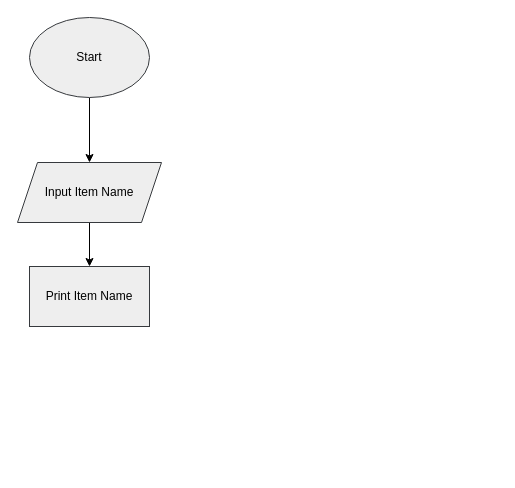
radiffavikry/radiffa_vikry-shopping_cart-fe3000458 keeps this draw.io diagram as flowchart.drawio. Above is the earlier version. Source tidied: cells renumbered, new cells numbered last; positions are measured from the earlier drawing's top-left corner, leaving out a move shared by most shapes. Both pictures are drawn from the tidied source at 100%, with x=0, y=0 at pixel (17, 17).
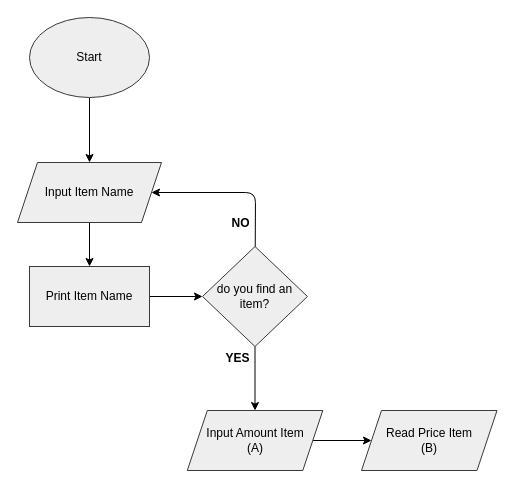
The same diagram, later.

Commit message:
feat:input condition true or flase

Change to the diagram source:
```diff
@@
 <mxGraphModel background="#ffffff">
   <root>
     <mxCell id="0" />
     <mxCell id="1" parent="0" />
-    <mxCell id="2" style="edgeStyle=none;html=1;entryX=0.5;entryY=0;entryDx=0;entryDy=0;fontColor=#000000;strokeColor=#000000;" parent="1" edge="1" source="3" target="5">
-      <mxGeometry relative="1" as="geometry" />
-    </mxCell>
+    <mxCell id="6" style="edgeStyle=none;html=1;entryX=0.5;entryY=0;entryDx=0;entryDy=0;fontColor=#000000;strokeColor=#000000;" parent="1" edge="1" source="3" target="5">
+      <mxGeometry relative="1" as="geometry" />
+    </mxCell>
     <mxCell id="3" value="&lt;font color=&quot;#000000&quot;&gt;Start&lt;/font&gt;" style="ellipse;whiteSpace=wrap;html=1;fillColor=#eeeeee;strokeColor=#36393d;" parent="1" vertex="1">
       <mxGeometry x="12" width="120" height="80" as="geometry" />
     </mxCell>
-    <mxCell id="4" style="edgeStyle=none;html=1;entryX=0.5;entryY=0;entryDx=0;entryDy=0;fontColor=#000000;strokeColor=#000000;" parent="1" edge="1" source="5" target="6">
-      <mxGeometry relative="1" as="geometry" />
-    </mxCell>
+    <mxCell id="7" style="edgeStyle=none;html=1;entryX=0.5;entryY=0;entryDx=0;entryDy=0;fontColor=#000000;strokeColor=#000000;" parent="1" edge="1" source="5" target="9">
+      <mxGeometry relative="1" as="geometry" />
+    </mxCell>
     <mxCell id="5" value="&lt;font color=&quot;#000000&quot;&gt;Input Item Name&lt;/font&gt;" style="shape=parallelogram;perimeter=parallelogramPerimeter;whiteSpace=wrap;html=1;fixedSize=1;fillColor=#eeeeee;strokeColor=#36393d;" parent="1" vertex="1">
       <mxGeometry y="145" width="144" height="60" as="geometry" />
     </mxCell>
-    <mxCell id="6" value="&lt;font color=&quot;#000000&quot;&gt;Print Item Name&lt;br&gt;&lt;/font&gt;" style="rounded=0;whiteSpace=wrap;html=1;fillColor=#eeeeee;strokeColor=#36393d;" parent="1" vertex="1">
-      <mxGeometry x="12" y="249" width="120" height="60" as="geometry" />
-    </mxCell>
+    <mxCell id="8" style="edgeStyle=none;html=1;entryX=0;entryY=0.5;entryDx=0;entryDy=0;fontColor=#000000;strokeColor=#000000;" parent="1" edge="1" source="9" target="12">
+      <mxGeometry relative="1" as="geometry" />
+    </mxCell>
+    <mxCell id="9" value="&lt;font color=&quot;#000000&quot;&gt;Print Item Name&lt;br&gt;&lt;/font&gt;" style="rounded=0;whiteSpace=wrap;html=1;fillColor=#eeeeee;strokeColor=#36393d;" parent="1" vertex="1">
+      <mxGeometry x="12" y="249" width="120" height="60" as="geometry" />
+    </mxCell>
+    <mxCell id="10" style="edgeStyle=none;html=1;fontColor=#000000;strokeColor=#000000;" parent="1" edge="1" source="12">
+      <mxGeometry relative="1" as="geometry">
+        <mxPoint x="237.5" y="393" as="targetPoint" />
+      </mxGeometry>
+    </mxCell>
+    <mxCell id="11" style="edgeStyle=none;html=1;entryX=1;entryY=0.5;entryDx=0;entryDy=0;fontColor=#000000;strokeColor=#000000;" parent="1" edge="1" source="12" target="5">
+      <mxGeometry relative="1" as="geometry">
+        <Array as="points">
+          <mxPoint x="238" y="175" />
+        </Array>
+      </mxGeometry>
+    </mxCell>
+    <mxCell id="12" value="&lt;font color=&quot;#000000&quot;&gt;do you find an item?&lt;/font&gt;" style="rhombus;whiteSpace=wrap;html=1;fillColor=#eeeeee;strokeColor=#36393d;" parent="1" vertex="1">
+      <mxGeometry x="185" y="229" width="105" height="100" as="geometry" />
+    </mxCell>
+    <mxCell id="13" style="edgeStyle=none;html=1;entryX=0;entryY=0.5;entryDx=0;entryDy=0;fontColor=#000000;strokeColor=#000000;" parent="1" edge="1" source="14" target="15">
+      <mxGeometry relative="1" as="geometry" />
+    </mxCell>
+    <mxCell id="14" value="&lt;font color=&quot;#000000&quot;&gt;Input Amount Item&lt;br&gt;(A)&lt;br&gt;&lt;/font&gt;" style="shape=parallelogram;perimeter=parallelogramPerimeter;whiteSpace=wrap;html=1;fixedSize=1;fillColor=#eeeeee;strokeColor=#36393d;" parent="1" vertex="1">
+      <mxGeometry x="169.8" y="393" width="135.5" height="60" as="geometry" />
+    </mxCell>
+    <mxCell id="15" value="&lt;font color=&quot;#000000&quot;&gt;Read Price Item&lt;br&gt;(B)&lt;br&gt;&lt;/font&gt;" style="shape=parallelogram;perimeter=parallelogramPerimeter;whiteSpace=wrap;html=1;fixedSize=1;fillColor=#eeeeee;strokeColor=#36393d;" parent="1" vertex="1">
+      <mxGeometry x="344" y="393" width="135.5" height="60" as="geometry" />
+    </mxCell>
+    <mxCell id="16" value="&lt;b&gt;NO&lt;/b&gt;" style="text;html=1;align=center;verticalAlign=middle;strokeColor=none;fillColor=none;fontColor=#000000;" parent="1" vertex="1">
+      <mxGeometry x="209" y="197" width="28" height="18" as="geometry" />
+    </mxCell>
+    <mxCell id="17" value="&lt;b&gt;YES&lt;/b&gt;" style="text;html=1;align=center;verticalAlign=middle;strokeColor=none;fillColor=none;fontColor=#000000;" parent="1" vertex="1">
+      <mxGeometry x="203" y="332" width="34" height="18" as="geometry" />
+    </mxCell>
   </root>
 </mxGraphModel>
```
